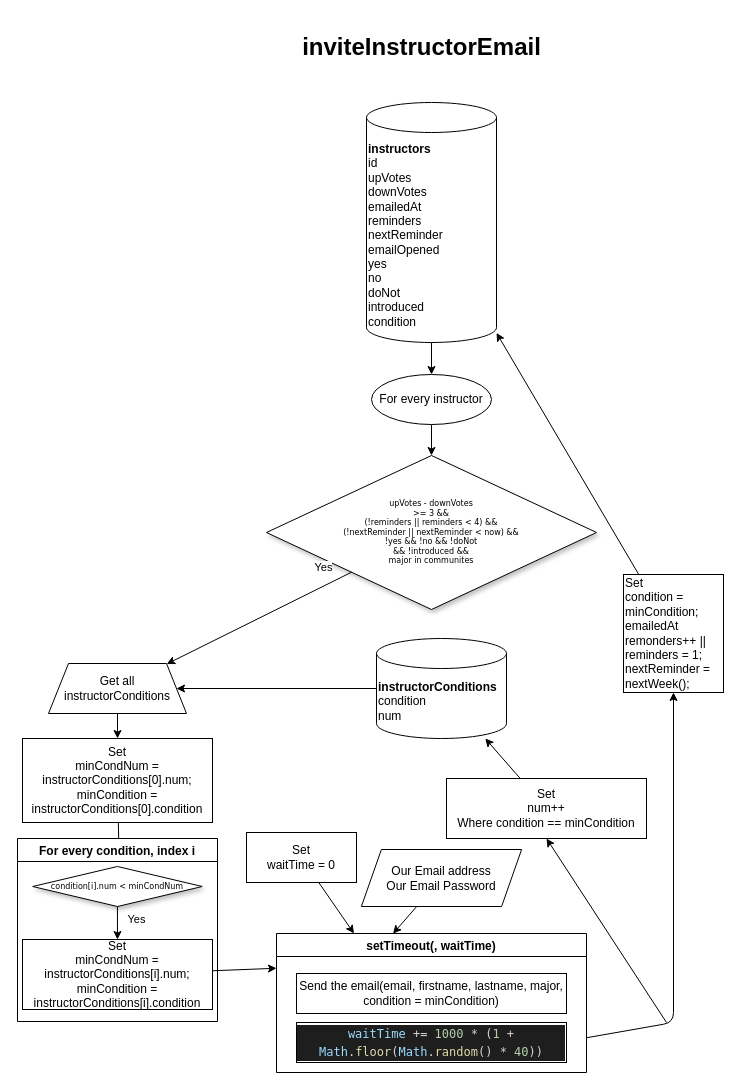
Before: functions/emailing.drawio in ImanYZ/VisualExp, a draw.io diagram. Source tidied: cells renumbered, new cells numbered last; positions are measured from the earlier drawing's top-left corner, leaving out a move shared by most shapes. Both pictures are drawn from the tidied source at 100%, with x=0, y=0 at pixel (17, 22).
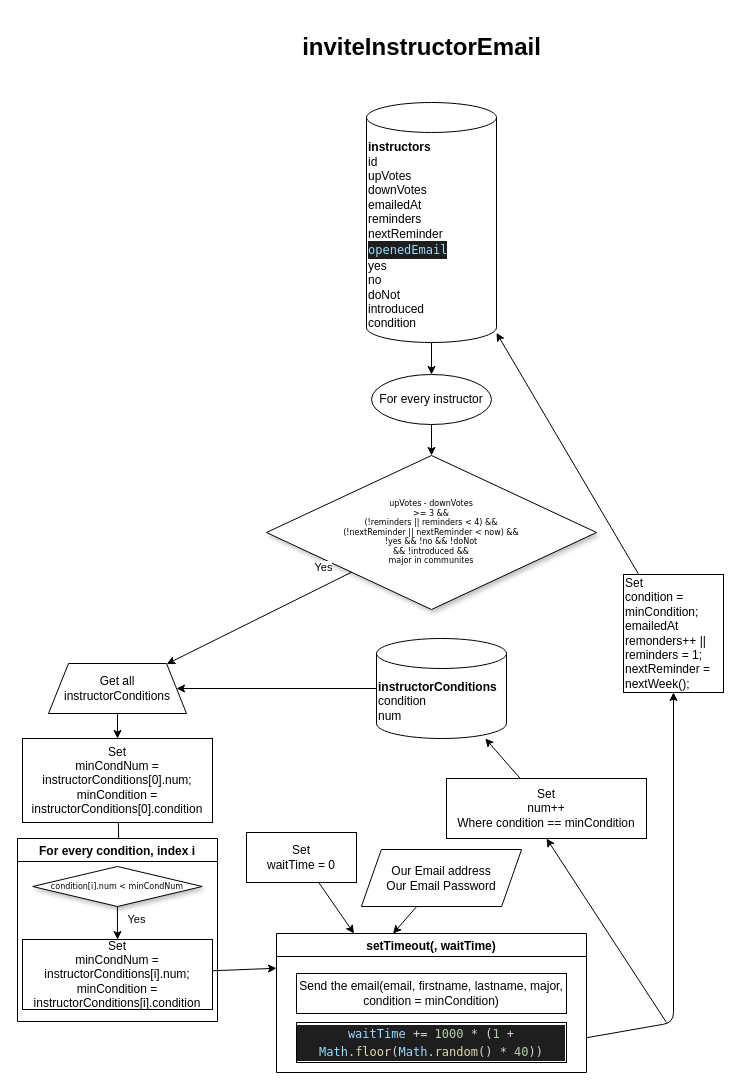
The same diagram, later.

What changed in the source:
```diff
@@
-    <mxCell id="4" value="&lt;span&gt;&lt;b&gt;instructors&lt;br&gt;&lt;/b&gt;id&lt;br&gt;upVotes&lt;br&gt;downVotes&lt;br&gt;emailedAt&lt;br&gt;reminders&lt;br&gt;nextR&lt;/span&gt;eminder&lt;span&gt;&lt;br&gt;emailOpened&lt;br&gt;yes&lt;br&gt;no&lt;br&gt;doNot&lt;br&gt;introduced&lt;br&gt;condition&lt;br&gt;&lt;/span&gt;" style="shape=cylinder3;whiteSpace=wrap;html=1;boundedLbl=1;backgroundOutline=1;size=15;align=left;" parent="1" vertex="1">
+    <mxCell id="4" value="&lt;span&gt;&lt;b&gt;instructors&lt;br&gt;&lt;/b&gt;id&lt;br&gt;upVotes&lt;br&gt;downVotes&lt;br&gt;emailedAt&lt;br&gt;reminders&lt;br&gt;nextR&lt;/span&gt;eminder&lt;span&gt;&lt;br&gt;&lt;/span&gt;&lt;div style=&quot;color: rgb(212 , 212 , 212) ; background-color: rgb(30 , 30 , 30) ; font-family: &amp;#34;menlo&amp;#34; , &amp;#34;monaco&amp;#34; , &amp;#34;courier new&amp;#34; , monospace ; line-height: 18px&quot;&gt;&lt;span style=&quot;color: #9cdcfe&quot;&gt;openedEmail&lt;/span&gt;&lt;/div&gt;&lt;span&gt;yes&lt;br&gt;no&lt;br&gt;doNot&lt;br&gt;introduced&lt;br&gt;condition&lt;br&gt;&lt;/span&gt;" style="shape=cylinder3;whiteSpace=wrap;html=1;boundedLbl=1;backgroundOutline=1;size=15;align=left;" parent="1" vertex="1">
       <mxGeometry x="349" y="80" width="130" height="240" as="geometry" />
     </mxCell>
```
